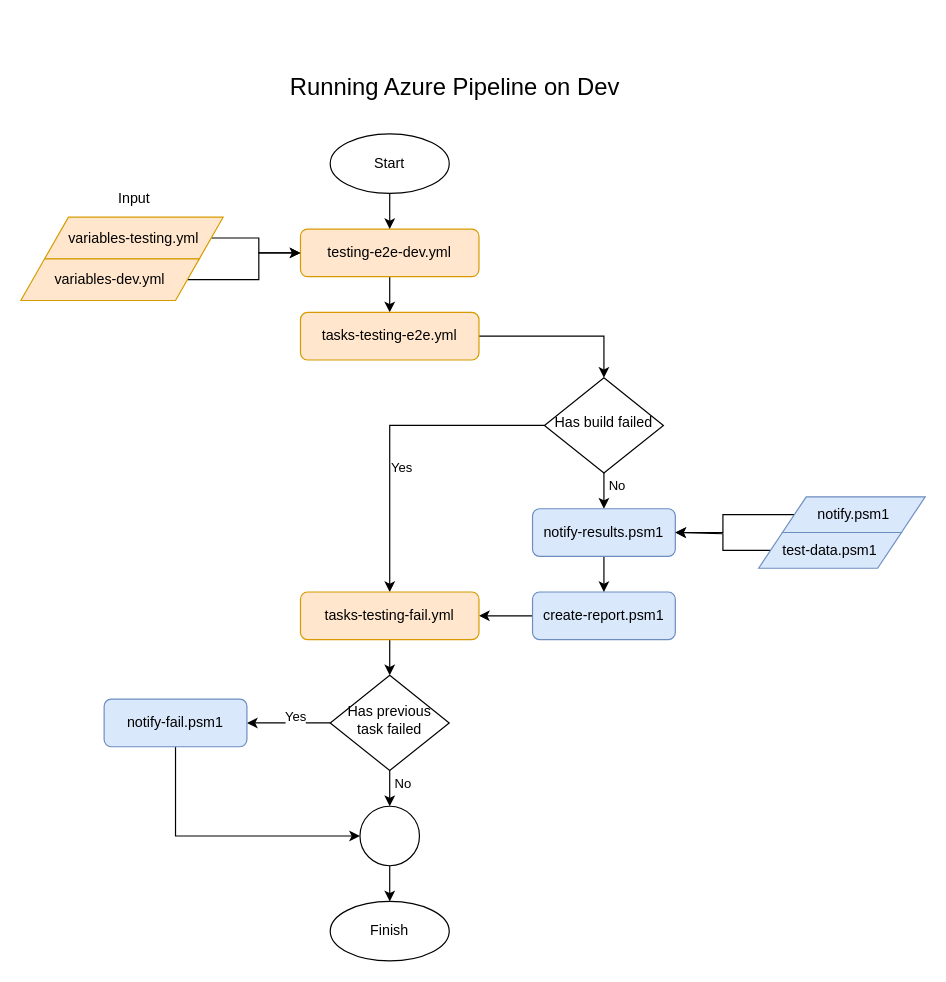
The draw.io diagram Untitled Diagram.drawio in MartinCodeH/framework-refactoring, before the edit. Source tidied: cells renumbered, new cells numbered last; positions are measured from the earlier drawing's top-left corner, leaving out a move shared by most shapes. Both pictures are drawn from the tidied source at 119%, with x=0, y=0 at pixel (20, 68).
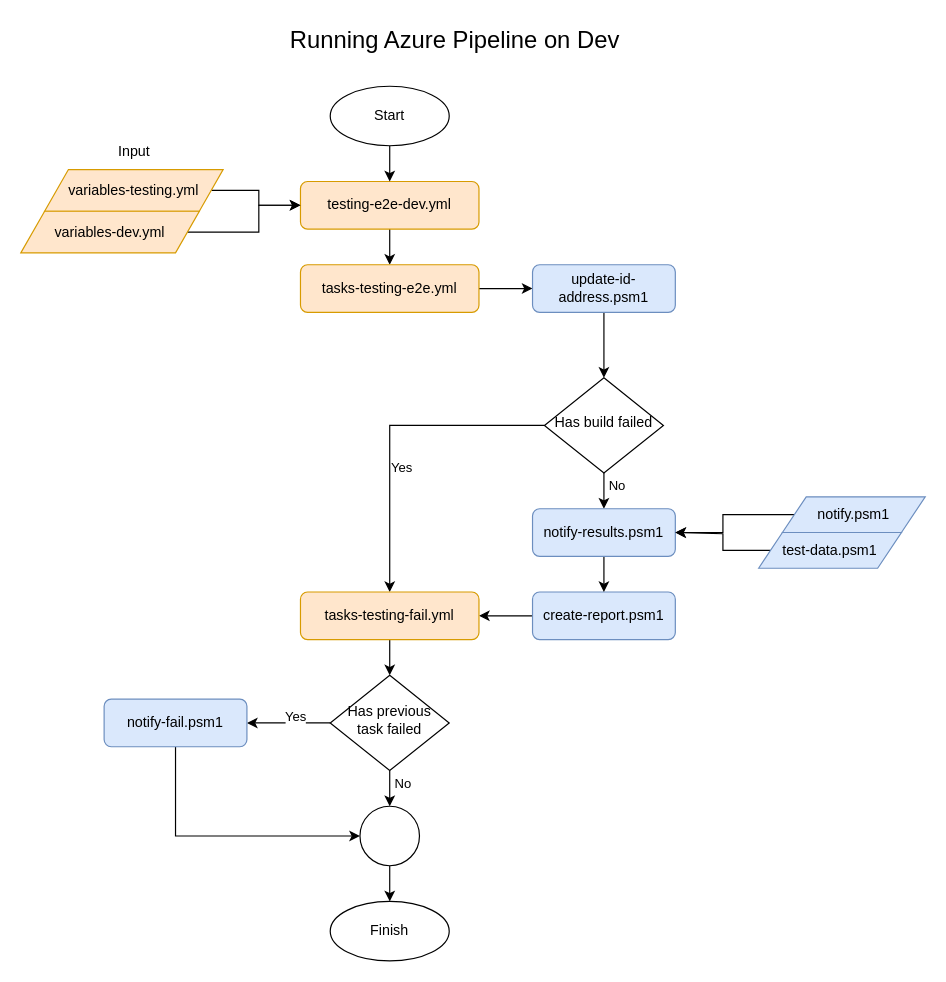
After the change.

Unchanged cells that the change refers to:
```xml
<mxCell id="11" value="Has build failed" style="rhombus;whiteSpace=wrap;html=1;shadow=0;fontFamily=Helvetica;fontSize=12;align=center;strokeWidth=1;spacing=6;spacingTop=-4;" parent="1" vertex="1">
  <mxGeometry x="440" y="260" width="100" height="80" as="geometry" />
</mxCell>
```

The edit, as a diff of the source:
```diff
@@
     <mxCell id="13" value="testing-e2e-dev.yml" style="rounded=1;whiteSpace=wrap;html=1;fontSize=12;glass=0;strokeWidth=1;shadow=0;fillColor=#ffe6cc;strokeColor=#d79b00;" parent="1" vertex="1">
-      <mxGeometry x="235" y="135" width="150" height="40" as="geometry" />
+      <mxGeometry x="235" y="95" width="150" height="40" as="geometry" />
     </mxCell>
@@
     <mxCell id="21" value="Start" style="ellipse;whiteSpace=wrap;html=1;" parent="1" vertex="1">
-      <mxGeometry x="260" y="55" width="100" height="50" as="geometry" />
+      <mxGeometry x="260" y="15" width="100" height="50" as="geometry" />
     </mxCell>
@@
-    <mxCell id="23" style="edgeStyle=orthogonalEdgeStyle;rounded=0;jettySize=auto;html=1;exitX=1;exitY=0.5;exitDx=0;exitDy=0;entryX=0.5;entryY=0;entryDx=0;entryDy=0;" parent="1" edge="1" source="24" target="11">
-      <mxGeometry relative="1" as="geometry" />
-    </mxCell>
+    <mxCell id="40" style="edgeStyle=orthogonalEdgeStyle;rounded=0;jettySize=auto;html=1;" parent="1" edge="1" source="24" target="42">
+      <mxGeometry relative="1" as="geometry" />
+    </mxCell>
     <mxCell id="24" value="tasks-testing-e2e.yml" style="rounded=1;whiteSpace=wrap;html=1;fontSize=12;glass=0;strokeWidth=1;shadow=0;fillColor=#ffe6cc;strokeColor=#d79b00;" parent="1" vertex="1">
-      <mxGeometry x="235" y="205" width="150" height="40" as="geometry" />
+      <mxGeometry x="235" y="165" width="150" height="40" as="geometry" />
     </mxCell>
@@
     <mxCell id="27" value="&lt;font style=&quot;font-size: 20px;&quot;&gt;Running Azure Pipeline on Dev&lt;/font&gt;" style="text;html=1;strokeColor=none;fillColor=none;align=center;verticalAlign=middle;whiteSpace=wrap;rounded=0;" parent="1" vertex="1">
-      <mxGeometry x="160" width="410" height="30" as="geometry" />
+      <mxGeometry x="160" y="-40" width="410" height="30" as="geometry" />
     </mxCell>
     <mxCell id="28" style="edgeStyle=orthogonalEdgeStyle;rounded=0;jettySize=auto;html=1;" parent="1" edge="1" source="29" target="13">
       <mxGeometry relative="1" as="geometry">
         <Array as="points">
-          <mxPoint x="200" y="143" />
-          <mxPoint x="200" y="155" />
+          <mxPoint x="200" y="103" />
+          <mxPoint x="200" y="115" />
         </Array>
       </mxGeometry>
     </mxCell>
     <mxCell id="29" value="variables-testing.yml" style="shape=parallelogram;perimeter=parallelogramPerimeter;whiteSpace=wrap;html=1;fixedSize=1;fillColor=#ffe6cc;strokeColor=#d79b00;" parent="1" vertex="1">
-      <mxGeometry x="20" y="125" width="150" height="35" as="geometry" />
+      <mxGeometry x="20" y="85" width="150" height="35" as="geometry" />
     </mxCell>
@@
     <mxCell id="32" style="edgeStyle=orthogonalEdgeStyle;rounded=0;jettySize=auto;html=1;exitX=1;exitY=0.5;exitDx=0;exitDy=0;entryX=0;entryY=0.5;entryDx=0;entryDy=0;" parent="1" edge="1" source="33" target="13">
       <mxGeometry relative="1" as="geometry">
         <Array as="points">
-          <mxPoint x="200" y="178" />
-          <mxPoint x="200" y="155" />
+          <mxPoint x="200" y="138" />
+          <mxPoint x="200" y="115" />
         </Array>
       </mxGeometry>
     </mxCell>
     <mxCell id="33" value="variables-dev.yml" style="shape=parallelogram;perimeter=parallelogramPerimeter;whiteSpace=wrap;html=1;fixedSize=1;fillColor=#ffe6cc;strokeColor=#d79b00;" parent="1" vertex="1">
-      <mxGeometry y="160" width="150" height="35" as="geometry" />
+      <mxGeometry y="120" width="150" height="35" as="geometry" />
     </mxCell>
     <mxCell id="34" value="Input" style="text;html=1;align=center;verticalAlign=middle;strokeColor=none;fillColor=none;" parent="1" vertex="1">
-      <mxGeometry x="70" y="95" width="50" height="30" as="geometry" />
+      <mxGeometry x="70" y="55" width="50" height="30" as="geometry" />
     </mxCell>
@@
+    <mxCell id="41" style="edgeStyle=orthogonalEdgeStyle;rounded=0;jettySize=auto;html=1;" parent="1" edge="1" source="42" target="11">
+      <mxGeometry relative="1" as="geometry" />
+    </mxCell>
+    <mxCell id="42" value="update-id-address.psm1" style="rounded=1;whiteSpace=wrap;html=1;fontSize=12;glass=0;strokeWidth=1;shadow=0;fillColor=#dae8fc;strokeColor=#6c8ebf;" parent="1" vertex="1">
+      <mxGeometry x="430" y="165" width="120" height="40" as="geometry" />
+    </mxCell>
```
